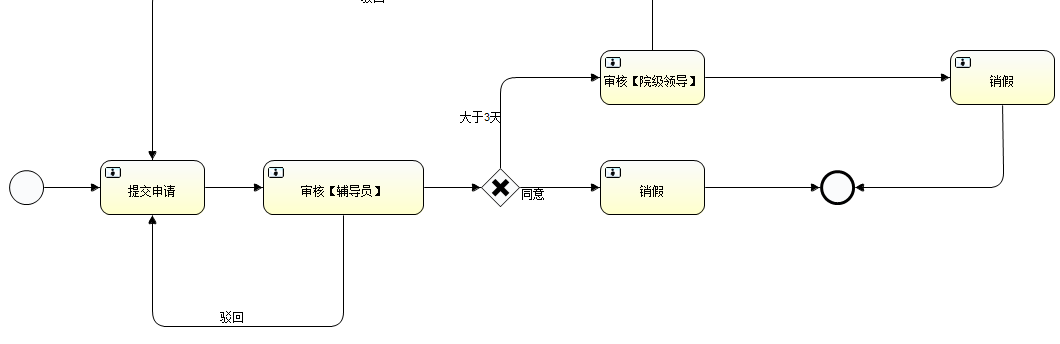
Before: jeecg/src/main/resources/deployments/leave_2.png, a diagram exported from BPMN (cardinals/jeecg_new-1). Its source is kept beside it as jeecg/src/main/resources/deployments/leave_2.bpmn. Ids are renumbered.
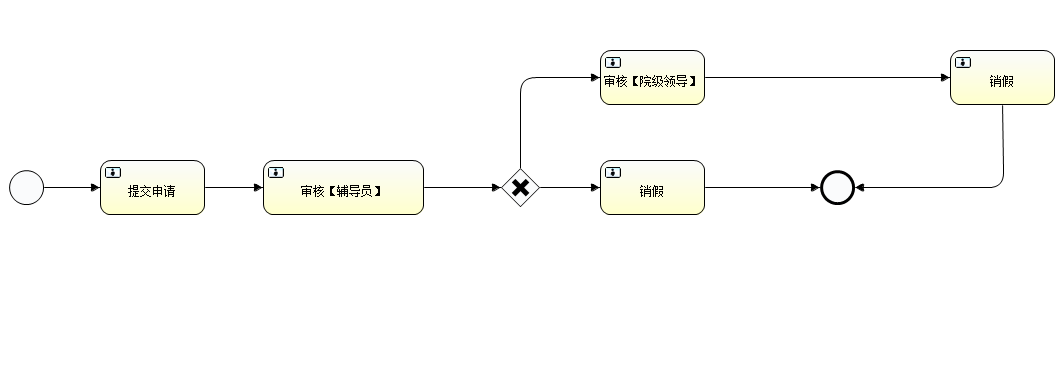
Above is the later version.

Change to the diagram source:
```diff
@@ -11,13 +11,11 @@
     <userTask id="usertask17" name="提交申请" activiti:assignee="${applyUserId}"></userTask>
     <sequenceFlow id="flow41" sourceRef="startevent1" targetRef="usertask17"></sequenceFlow>
     <sequenceFlow id="flow42" sourceRef="usertask17" targetRef="usertask13"></sequenceFlow>
-    <exclusiveGateway id="exclusivegateway6" name="Exclusive Gateway"></exclusiveGateway>
-    <sequenceFlow id="flow44" sourceRef="usertask13" targetRef="exclusivegateway6"></sequenceFlow>
-    <sequenceFlow id="flow45" name="同意" sourceRef="exclusivegateway6" targetRef="usertask15" skipExpression="${flag==3}"></sequenceFlow>
-    <sequenceFlow id="flow46" name="大于3天" sourceRef="exclusivegateway6" targetRef="usertask14" skipExpression="${flag&gt;3}"></sequenceFlow>
-    <sequenceFlow id="flow47" name="驳回" sourceRef="usertask13" targetRef="usertask17"></sequenceFlow>
     <sequenceFlow id="flow48" sourceRef="usertask14" targetRef="usertask16"></sequenceFlow>
-    <sequenceFlow id="flow49" name="驳回" sourceRef="usertask14" targetRef="usertask17"></sequenceFlow>
+    <exclusiveGateway id="exclusivegateway1" name="Exclusive Gateway"></exclusiveGateway>
+    <sequenceFlow id="flow50" sourceRef="usertask13" targetRef="exclusivegateway1"></sequenceFlow>
+    <sequenceFlow id="flow51" sourceRef="exclusivegateway1" targetRef="usertask15" skipExpression="${flag==3}"></sequenceFlow>
+    <sequenceFlow id="flow52" sourceRef="exclusivegateway1" targetRef="usertask14"></sequenceFlow>
   </process>
   <bpmndi:BPMNDiagram id="BPMNDiagram_leave_2">
     <bpmndi:BPMNPlane bpmnElement="leave_2" id="BPMNPlane_leave_2">
@@ -42,8 +40,8 @@
       <bpmndi:BPMNShape bpmnElement="usertask17" id="BPMNShape_usertask17">
         <omgdc:Bounds height="55.0" width="105.0" x="100.0" y="160.0"></omgdc:Bounds>
       </bpmndi:BPMNShape>
-      <bpmndi:BPMNShape bpmnElement="exclusivegateway6" id="BPMNShape_exclusivegateway6">
-        <omgdc:Bounds height="40.0" width="40.0" x="480.0" y="167.0"></omgdc:Bounds>
+      <bpmndi:BPMNShape bpmnElement="exclusivegateway1" id="BPMNShape_exclusivegateway1">
+        <omgdc:Bounds height="40.0" width="40.0" x="500.0" y="167.0"></omgdc:Bounds>
       </bpmndi:BPMNShape>
       <bpmndi:BPMNEdge bpmnElement="flow35" id="BPMNEdge_flow35">
         <omgdi:waypoint x="705.0" y="187.0"></omgdi:waypoint>
@@ -62,47 +60,22 @@
         <omgdi:waypoint x="205.0" y="187.0"></omgdi:waypoint>
         <omgdi:waypoint x="263.0" y="187.0"></omgdi:waypoint>
       </bpmndi:BPMNEdge>
-      <bpmndi:BPMNEdge bpmnElement="flow44" id="BPMNEdge_flow44">
-        <omgdi:waypoint x="424.0" y="187.0"></omgdi:waypoint>
-        <omgdi:waypoint x="480.0" y="187.0"></omgdi:waypoint>
-      </bpmndi:BPMNEdge>
-      <bpmndi:BPMNEdge bpmnElement="flow45" id="BPMNEdge_flow45">
-        <omgdi:waypoint x="520.0" y="187.0"></omgdi:waypoint>
-        <omgdi:waypoint x="600.0" y="187.0"></omgdi:waypoint>
-        <bpmndi:BPMNLabel>
-          <omgdc:Bounds height="14.0" width="24.0" x="520.0" y="187.0"></omgdc:Bounds>
-        </bpmndi:BPMNLabel>
-      </bpmndi:BPMNEdge>
-      <bpmndi:BPMNEdge bpmnElement="flow46" id="BPMNEdge_flow46">
-        <omgdi:waypoint x="500.0" y="167.0"></omgdi:waypoint>
-        <omgdi:waypoint x="500.0" y="77.0"></omgdi:waypoint>
-        <omgdi:waypoint x="600.0" y="77.0"></omgdi:waypoint>
-        <bpmndi:BPMNLabel>
-          <omgdc:Bounds height="14.0" width="42.0" x="460.0" y="111.0"></omgdc:Bounds>
-        </bpmndi:BPMNLabel>
-      </bpmndi:BPMNEdge>
-      <bpmndi:BPMNEdge bpmnElement="flow47" id="BPMNEdge_flow47">
-        <omgdi:waypoint x="343.0" y="215.0"></omgdi:waypoint>
-        <omgdi:waypoint x="343.0" y="326.0"></omgdi:waypoint>
-        <omgdi:waypoint x="152.0" y="326.0"></omgdi:waypoint>
-        <omgdi:waypoint x="152.0" y="215.0"></omgdi:waypoint>
-        <bpmndi:BPMNLabel>
-          <omgdc:Bounds height="14.0" width="100.0" x="220.0" y="309.0"></omgdc:Bounds>
-        </bpmndi:BPMNLabel>
-      </bpmndi:BPMNEdge>
       <bpmndi:BPMNEdge bpmnElement="flow48" id="BPMNEdge_flow48">
         <omgdi:waypoint x="705.0" y="77.0"></omgdi:waypoint>
         <omgdi:waypoint x="950.0" y="77.0"></omgdi:waypoint>
       </bpmndi:BPMNEdge>
-      <bpmndi:BPMNEdge bpmnElement="flow49" id="BPMNEdge_flow49">
-        <omgdi:waypoint x="652.0" y="50.0"></omgdi:waypoint>
-        <omgdi:waypoint x="652.0" y="-14.0"></omgdi:waypoint>
-        <omgdi:waypoint x="152.0" y="-14.0"></omgdi:waypoint>
-        <omgdi:waypoint x="152.0" y="77.0"></omgdi:waypoint>
-        <omgdi:waypoint x="152.0" y="160.0"></omgdi:waypoint>
-        <bpmndi:BPMNLabel>
-          <omgdc:Bounds height="14.0" width="100.0" x="361.0" y="-9.0"></omgdc:Bounds>
-        </bpmndi:BPMNLabel>
+      <bpmndi:BPMNEdge bpmnElement="flow50" id="BPMNEdge_flow50">
+        <omgdi:waypoint x="424.0" y="187.0"></omgdi:waypoint>
+        <omgdi:waypoint x="500.0" y="187.0"></omgdi:waypoint>
+      </bpmndi:BPMNEdge>
+      <bpmndi:BPMNEdge bpmnElement="flow51" id="BPMNEdge_flow51">
+        <omgdi:waypoint x="540.0" y="187.0"></omgdi:waypoint>
+        <omgdi:waypoint x="600.0" y="187.0"></omgdi:waypoint>
+      </bpmndi:BPMNEdge>
+      <bpmndi:BPMNEdge bpmnElement="flow52" id="BPMNEdge_flow52">
+        <omgdi:waypoint x="520.0" y="167.0"></omgdi:waypoint>
+        <omgdi:waypoint x="520.0" y="77.0"></omgdi:waypoint>
+        <omgdi:waypoint x="600.0" y="77.0"></omgdi:waypoint>
       </bpmndi:BPMNEdge>
     </bpmndi:BPMNPlane>
   </bpmndi:BPMNDiagram>
```
